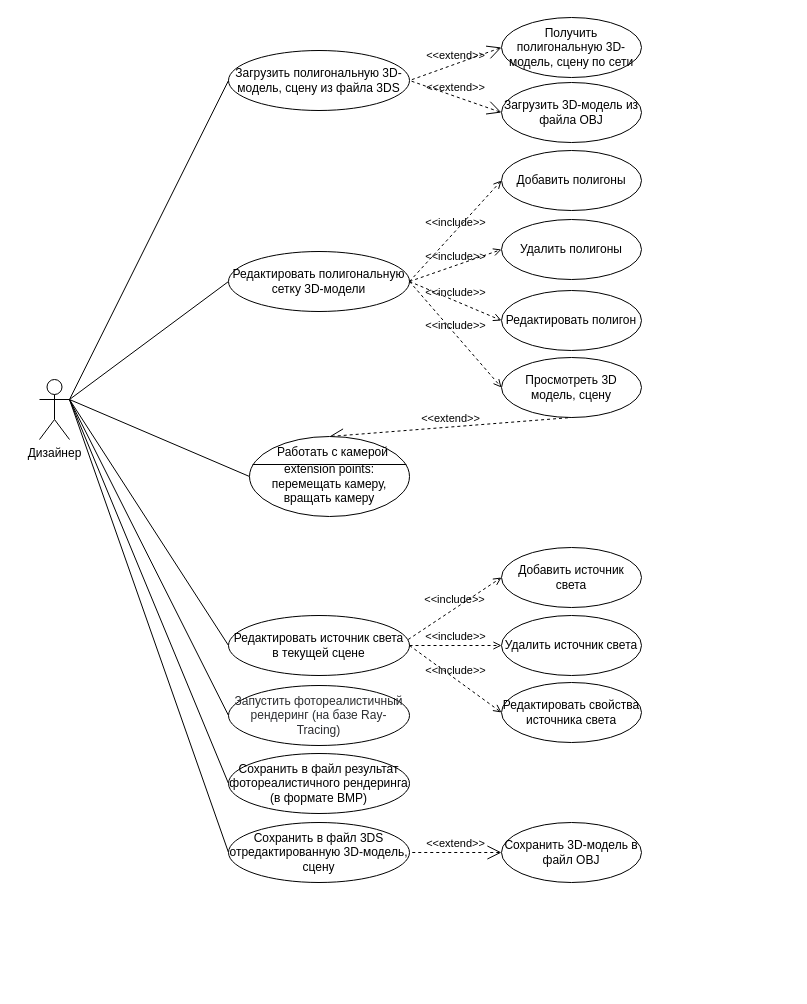
The draw.io diagram module_2/Use Case Diagram.drawio in SheinEA/gb_architect, before the edit. Source tidied: cells renumbered, new cells numbered last; positions are measured from the earlier drawing's top-left corner, leaving out a move shared by most shapes. Both pictures are drawn from the tidied source at 100%, with x=0, y=0 at pixel (39, 17).
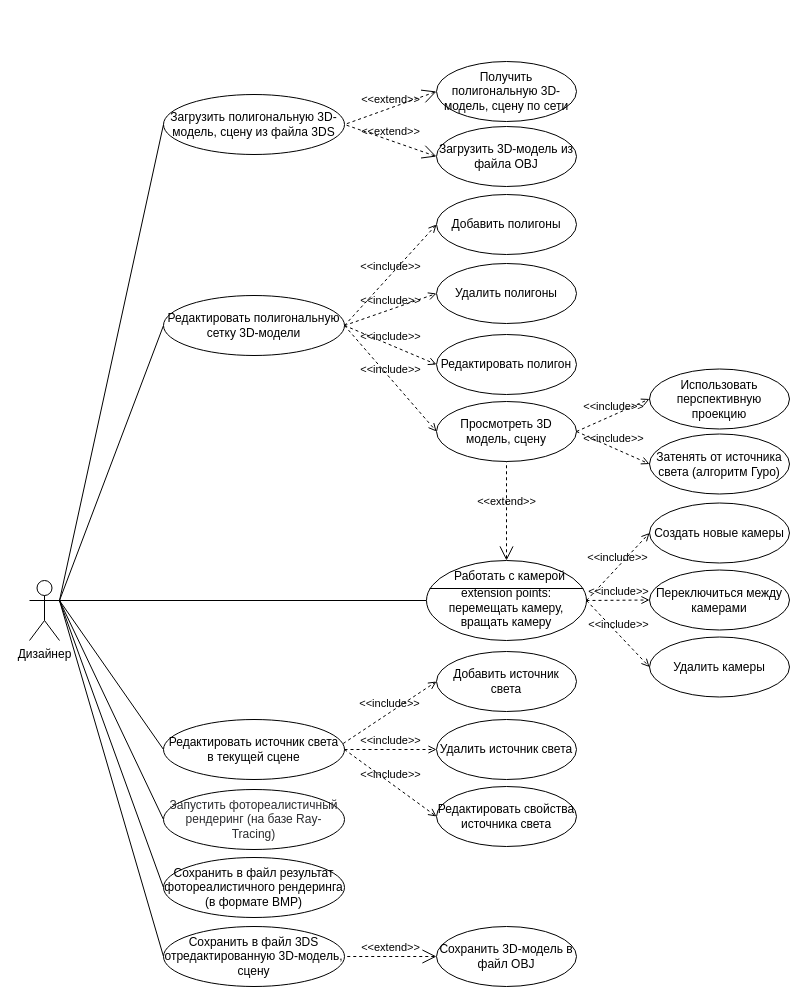
After the change.

The edit, as a diff of the source:
```diff
@@
     <mxCell id="2" value="Загрузить полигональную 3D-модель, сцену из файла 3DS" style="ellipse;whiteSpace=wrap;html=1;" parent="1" vertex="1">
-      <mxGeometry x="189" y="33" width="181" height="60" as="geometry" />
+      <mxGeometry x="124" y="77" width="181" height="60" as="geometry" />
     </mxCell>
@@
     <mxCell id="10" value="Дизайнер" style="shape=umlActor;verticalLabelPosition=bottom;verticalAlign=top;html=1;" parent="1" vertex="1">
-      <mxGeometry y="362" width="30" height="60" as="geometry" />
+      <mxGeometry x="-10" y="563" width="30" height="60" as="geometry" />
     </mxCell>
     <mxCell id="11" value="Просмотреть 3D модель, сцену" style="ellipse;whiteSpace=wrap;html=1;" parent="1" vertex="1">
-      <mxGeometry x="462" y="340" width="140" height="60" as="geometry" />
+      <mxGeometry x="397" y="384" width="140" height="60" as="geometry" />
     </mxCell>
     <mxCell id="12" value="Редактировать полигональную сетку 3D-модели" style="ellipse;whiteSpace=wrap;html=1;" parent="1" vertex="1">
-      <mxGeometry x="189" y="234" width="181" height="60" as="geometry" />
+      <mxGeometry x="124" y="278" width="181" height="60" as="geometry" />
     </mxCell>
     <mxCell id="13" value="Сохранить в файл 3DS отредактированную 3D-модель, сцену" style="ellipse;whiteSpace=wrap;html=1;" parent="1" vertex="1">
-      <mxGeometry x="189" y="805" width="181" height="60" as="geometry" />
+      <mxGeometry x="124" y="909" width="181" height="60" as="geometry" />
     </mxCell>
     <mxCell id="14" value="Сохранить в файл результат фотореалистичного рендеринга (в формате BMP)" style="ellipse;whiteSpace=wrap;html=1;" parent="1" vertex="1">
-      <mxGeometry x="189" y="736" width="181" height="60" as="geometry" />
+      <mxGeometry x="124" y="840" width="181" height="60" as="geometry" />
     </mxCell>
     <mxCell id="15" value="Редактировать источник света в текущей сцене" style="ellipse;whiteSpace=wrap;html=1;" parent="1" vertex="1">
-      <mxGeometry x="189" y="598" width="181" height="60" as="geometry" />
+      <mxGeometry x="124" y="702" width="181" height="60" as="geometry" />
     </mxCell>
     <mxCell id="16" value="&lt;span id=&quot;docs-internal-guid-07935baf-7fff-c7c5-6f66-7052401fd73c&quot;&gt;&lt;span style=&quot;font-family: &amp;#34;arial&amp;#34; ; color: rgb(44 , 45 , 48) ; background-color: transparent ; vertical-align: baseline&quot;&gt;&lt;font style=&quot;font-size: 12px&quot;&gt;Запустить фотореалистичный рендеринг (на базе Ray-Tracing)&lt;/font&gt;&lt;/span&gt;&lt;/span&gt;" style="ellipse;whiteSpace=wrap;html=1;" parent="1" vertex="1">
-      <mxGeometry x="189" y="668" width="181" height="60" as="geometry" />
+      <mxGeometry x="124" y="772" width="181" height="60" as="geometry" />
     </mxCell>
@@
     <mxCell id="19" value="&lt;br&gt;extension points:&lt;br&gt;перемещать камеру, вращать камеру" style="html=1;shape=mxgraph.sysml.useCaseExtPt;whiteSpace=wrap;align=center;" parent="1" vertex="1">
-      <mxGeometry x="210" y="419" width="160" height="80" as="geometry" />
+      <mxGeometry x="387" y="543" width="160" height="80" as="geometry" />
     </mxCell>
@@
     <mxCell id="21" value="Добавить источник света" style="ellipse;whiteSpace=wrap;html=1;" parent="1" vertex="1">
-      <mxGeometry x="462" y="530" width="140" height="60" as="geometry" />
+      <mxGeometry x="397" y="634" width="140" height="60" as="geometry" />
     </mxCell>
     <mxCell id="22" value="Удалить источник света" style="ellipse;whiteSpace=wrap;html=1;" parent="1" vertex="1">
-      <mxGeometry x="462" y="598" width="140" height="60" as="geometry" />
+      <mxGeometry x="397" y="702" width="140" height="60" as="geometry" />
     </mxCell>
     <mxCell id="23" value="Редактировать свойства источника света" style="ellipse;whiteSpace=wrap;html=1;" parent="1" vertex="1">
-      <mxGeometry x="462" y="665" width="140" height="60" as="geometry" />
+      <mxGeometry x="397" y="769" width="140" height="60" as="geometry" />
     </mxCell>
@@
     <mxCell id="27" value="Получить полигональную 3D-модель, сцену по сети" style="ellipse;whiteSpace=wrap;html=1;" parent="1" vertex="1">
-      <mxGeometry x="462" width="140" height="60" as="geometry" />
+      <mxGeometry x="397" y="44" width="140" height="60" as="geometry" />
     </mxCell>
@@
     <mxCell id="29" value="Загрузить 3D-модель из файла OBJ" style="ellipse;whiteSpace=wrap;html=1;" parent="1" vertex="1">
-      <mxGeometry x="462" y="65" width="140" height="60" as="geometry" />
+      <mxGeometry x="397" y="109" width="140" height="60" as="geometry" />
     </mxCell>
@@
     <mxCell id="31" value="Сохранить 3D-модель в файл OBJ" style="ellipse;whiteSpace=wrap;html=1;" parent="1" vertex="1">
-      <mxGeometry x="462" y="805" width="140" height="60" as="geometry" />
+      <mxGeometry x="397" y="909" width="140" height="60" as="geometry" />
     </mxCell>
@@
     <mxCell id="33" value="Добавить полигоны" style="ellipse;whiteSpace=wrap;html=1;" parent="1" vertex="1">
-      <mxGeometry x="462" y="133" width="140" height="60" as="geometry" />
+      <mxGeometry x="397" y="177" width="140" height="60" as="geometry" />
     </mxCell>
     <mxCell id="34" value="Удалить полигоны" style="ellipse;whiteSpace=wrap;html=1;" parent="1" vertex="1">
-      <mxGeometry x="462" y="202" width="140" height="60" as="geometry" />
+      <mxGeometry x="397" y="246" width="140" height="60" as="geometry" />
     </mxCell>
     <mxCell id="35" value="Редактировать полигон" style="ellipse;whiteSpace=wrap;html=1;" parent="1" vertex="1">
-      <mxGeometry x="462" y="273" width="140" height="60" as="geometry" />
+      <mxGeometry x="397" y="317" width="140" height="60" as="geometry" />
     </mxCell>
@@
+    <mxCell id="39" value="Создать новые камеры" style="ellipse;whiteSpace=wrap;html=1;" parent="1" vertex="1">
+      <mxGeometry x="610" y="485.5" width="140" height="60" as="geometry" />
+    </mxCell>
+    <mxCell id="40" value="Переключиться между камерами" style="ellipse;whiteSpace=wrap;html=1;" parent="1" vertex="1">
+      <mxGeometry x="610" y="552.5" width="140" height="60" as="geometry" />
+    </mxCell>
+    <mxCell id="41" value="Удалить камеры" style="ellipse;whiteSpace=wrap;html=1;" parent="1" vertex="1">
+      <mxGeometry x="610" y="619.5" width="140" height="60" as="geometry" />
+    </mxCell>
+    <mxCell id="42" value="&amp;lt;&amp;lt;include&amp;gt;&amp;gt;" style="edgeStyle=none;html=1;endArrow=open;verticalAlign=bottom;dashed=1;labelBackgroundColor=none;exitX=1;exitY=0.5;exitDx=0;exitDy=0;exitPerimeter=0;entryX=0;entryY=0.5;entryDx=0;entryDy=0;" parent="1" edge="1" source="19" target="39">
+      <mxGeometry relative="1" as="geometry" />
+    </mxCell>
+    <mxCell id="43" value="&amp;lt;&amp;lt;include&amp;gt;&amp;gt;" style="edgeStyle=none;html=1;endArrow=open;verticalAlign=bottom;dashed=1;labelBackgroundColor=none;exitX=1;exitY=0.5;exitDx=0;exitDy=0;exitPerimeter=0;entryX=0;entryY=0.5;entryDx=0;entryDy=0;" parent="1" edge="1" source="19" target="40">
+      <mxGeometry relative="1" as="geometry" />
+    </mxCell>
+    <mxCell id="44" value="&amp;lt;&amp;lt;include&amp;gt;&amp;gt;" style="edgeStyle=none;html=1;endArrow=open;verticalAlign=bottom;dashed=1;labelBackgroundColor=none;exitX=1;exitY=0.5;exitDx=0;exitDy=0;exitPerimeter=0;entryX=0;entryY=0.5;entryDx=0;entryDy=0;" parent="1" edge="1" source="19" target="41">
+      <mxGeometry relative="1" as="geometry" />
+    </mxCell>
+    <mxCell id="45" value="Использовать перспективную проекцию" style="ellipse;whiteSpace=wrap;html=1;" parent="1" vertex="1">
+      <mxGeometry x="610" y="351.5" width="140" height="60" as="geometry" />
+    </mxCell>
+    <mxCell id="46" value="Затенять от источника света (алгоритм Гуро)" style="ellipse;whiteSpace=wrap;html=1;" parent="1" vertex="1">
+      <mxGeometry x="610" y="416.5" width="140" height="60" as="geometry" />
+    </mxCell>
+    <mxCell id="47" value="&amp;lt;&amp;lt;include&amp;gt;&amp;gt;" style="edgeStyle=none;html=1;endArrow=open;verticalAlign=bottom;dashed=1;labelBackgroundColor=none;exitX=1;exitY=0.5;exitDx=0;exitDy=0;entryX=0;entryY=0.5;entryDx=0;entryDy=0;" parent="1" edge="1" source="11" target="45">
+      <mxGeometry relative="1" as="geometry" />
+    </mxCell>
+    <mxCell id="48" value="&amp;lt;&amp;lt;include&amp;gt;&amp;gt;" style="edgeStyle=none;html=1;endArrow=open;verticalAlign=bottom;dashed=1;labelBackgroundColor=none;exitX=1;exitY=0.5;exitDx=0;exitDy=0;entryX=0;entryY=0.5;entryDx=0;entryDy=0;" parent="1" edge="1" source="11" target="46">
+      <mxGeometry relative="1" as="geometry" />
+    </mxCell>
```
